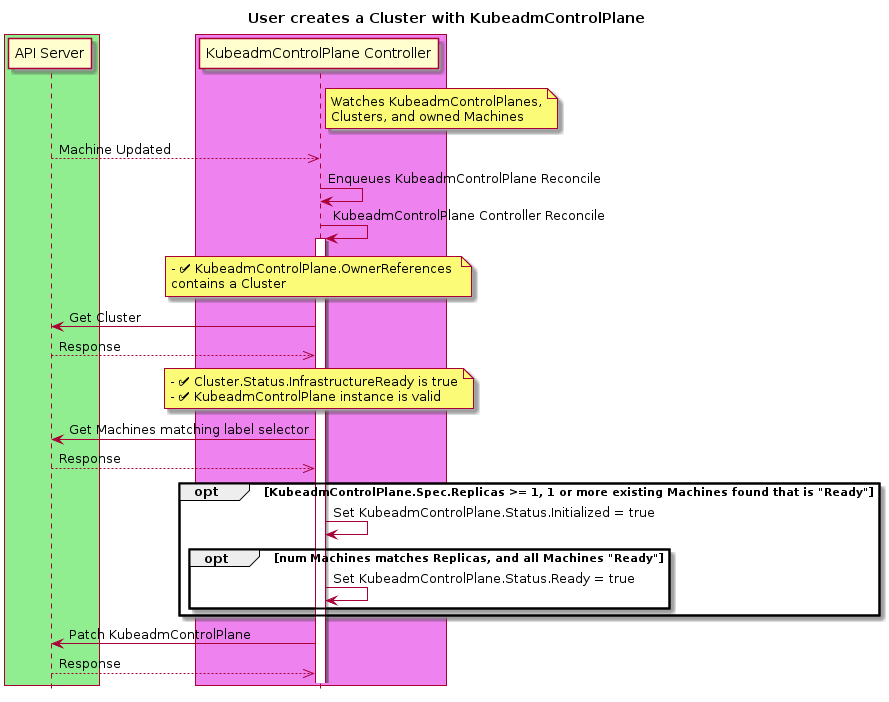
kubernetes-sigs/cluster-api keeps this PlantUML diagram as docs/proposals/images/controlplane/controlplane-init-3.png. Above is the earlier version.
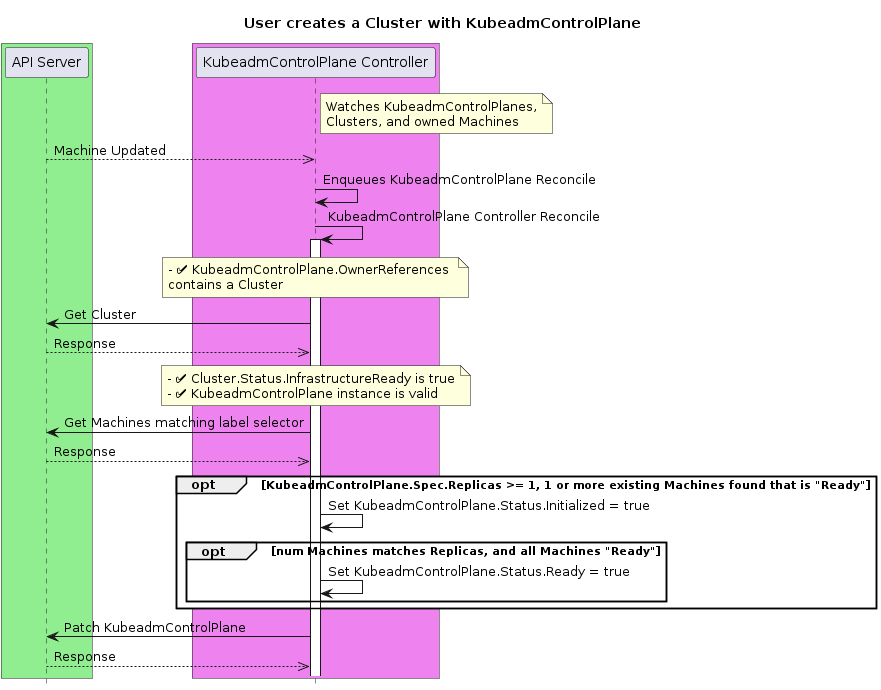
Above is the later version.

Diff of the diagram source:
```diff
@@ -30,7 +30,7 @@
 "KubeadmControlPlane Controller"->"API Server": Get Machines matching label selector
 "KubeadmControlPlane Controller"<<--"API Server": Response
 
-opt KubeadmControlPlane.Spec.Replicas >= 1, 1 or more existing Machines found that is "Ready"
+opt #white KubeadmControlPlane.Spec.Replicas >= 1, 1 or more existing Machines found that is "Ready"
 
 "KubeadmControlPlane Controller"-> "KubeadmControlPlane Controller":Set KubeadmControlPlane.Status.Initialized = true
 
```
